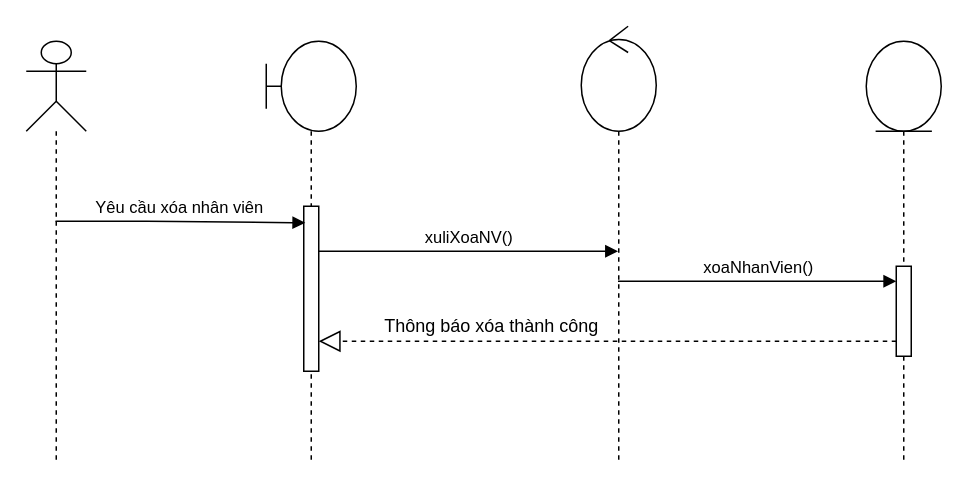
This is document/DeleteEmployee.drawio from baotran0212/tourism-application, a draw.io file, before an edit. Source tidied: cells renumbered, new cells numbered last; positions are measured from the earlier drawing's top-left corner, leaving out a move shared by most shapes. Both pictures are drawn from the tidied source at 150%, with x=0, y=0 at pixel (26, 26).
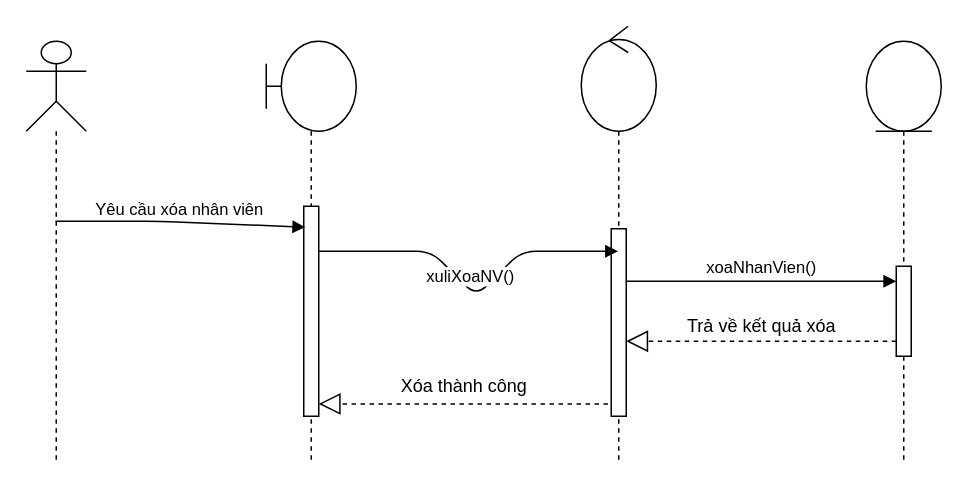
The same page after the edit.

Unchanged cells that the change refers to:
```xml
<mxCell id="3" style="shape=umlLifeline;participant=umlBoundary;perimeter=lifelinePerimeter;whiteSpace=wrap;html=1;verticalAlign=top;spacingTop=36;size=60;" parent="1" vertex="1">
  <mxGeometry x="160" y="10" width="60" height="280" as="geometry" />
</mxCell>
<mxCell id="5" style="shape=umlLifeline;participant=umlControl;perimeter=lifelinePerimeter;whiteSpace=wrap;html=1;verticalAlign=top;spacingTop=36;outlineConnect=0;size=70;" parent="1" vertex="1">
  <mxGeometry x="370" width="50" height="290" as="geometry" />
</mxCell>
```

Change to the diagram source:
```diff
@@
     <mxCell id="4" style="html=1;points=[];perimeter=orthogonalPerimeter;" parent="3" vertex="1">
-      <mxGeometry x="25" y="110" width="10" height="110" as="geometry" />
+      <mxGeometry x="25" y="110" width="10" height="140" as="geometry" />
     </mxCell>
@@
+    <mxCell id="13" style="html=1;points=[];perimeter=orthogonalPerimeter;" parent="5" vertex="1">
+      <mxGeometry x="20" y="135" width="10" height="125" as="geometry" />
+    </mxCell>
@@
     <mxCell id="9" value="xuliXoaNV()" style="html=1;verticalAlign=bottom;endArrow=block;" parent="1" edge="1" source="4" target="5">
       <mxGeometry relative="1" as="geometry">
         <Array as="points">
           <mxPoint x="270" y="150" />
+          <mxPoint x="300" y="180" />
           <mxPoint x="330" y="150" />
         </Array>
       </mxGeometry>
     </mxCell>
-    <mxCell id="10" value="xoaNhanVien()" style="html=1;verticalAlign=bottom;endArrow=block;" parent="1" edge="1" source="5">
+    <mxCell id="10" value="xoaNhanVien()" style="html=1;verticalAlign=bottom;endArrow=block;" parent="1" edge="1">
       <mxGeometry relative="1" as="geometry">
+        <mxPoint x="400" y="170" as="sourcePoint" />
         <mxPoint x="580" y="170" as="targetPoint" />
         <Array as="points">
           <mxPoint x="430" y="170" />
           <mxPoint x="480" y="170" />
           <mxPoint x="550" y="170" />
         </Array>
       </mxGeometry>
     </mxCell>
-    <mxCell id="11" style="endArrow=block;dashed=1;endFill=0;endSize=12;html=1;" parent="1" edge="1" target="4">
+    <mxCell id="11" style="endArrow=block;dashed=1;endFill=0;endSize=12;html=1;" parent="1" edge="1">
       <mxGeometry relative="1" as="geometry">
         <mxPoint x="580" y="210" as="sourcePoint" />
+        <mxPoint x="400" y="210" as="targetPoint" />
         <Array as="points">
           <mxPoint x="490" y="210" />
+          <mxPoint x="440" y="210" />
         </Array>
       </mxGeometry>
     </mxCell>
-    <mxCell id="12" value="Thông báo xóa thành công" style="text;html=1;align=center;verticalAlign=middle;" parent="1" vertex="1">
-      <mxGeometry x="230" y="190" width="160" height="20" as="geometry" />
+    <mxCell id="12" value="Trả về kết quả xóa" style="text;html=1;align=center;verticalAlign=middle;" parent="1" vertex="1">
+      <mxGeometry x="435" y="190" width="110" height="20" as="geometry" />
     </mxCell>
+    <mxCell id="14" style="endArrow=block;dashed=1;endFill=0;endSize=12;html=1;exitX=-0.214;exitY=0.934;exitDx=0;exitDy=0;exitPerimeter=0;" parent="1" edge="1" source="13" target="4">
+      <mxGeometry relative="1" as="geometry" />
+    </mxCell>
+    <mxCell id="15" value="&amp;nbsp;Xóa thành công" style="text;html=1;align=center;verticalAlign=middle;" parent="1" vertex="1">
+      <mxGeometry x="240" y="230" width="100" height="20" as="geometry" />
+    </mxCell>
```
